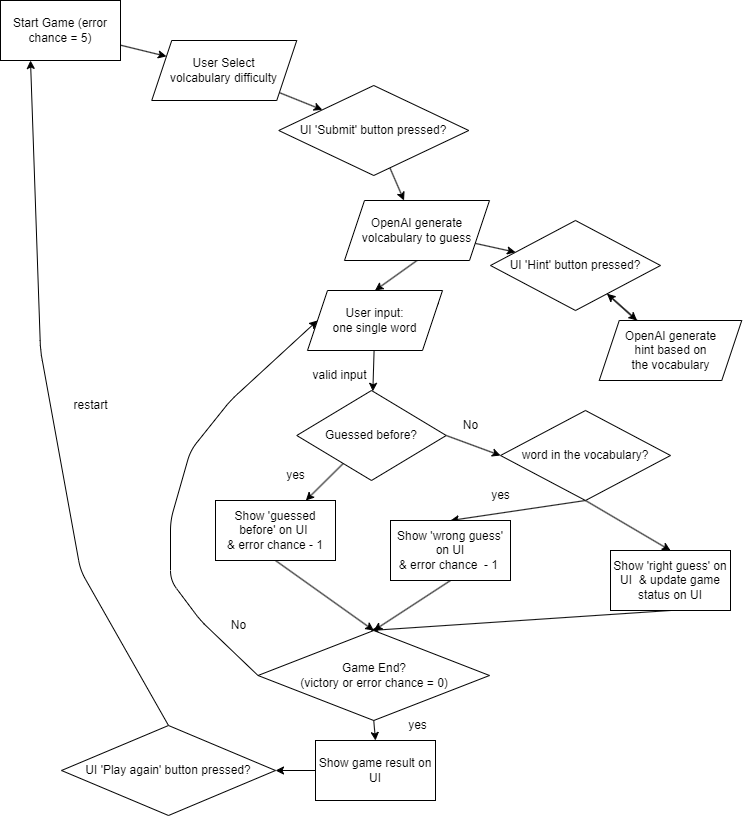
This is images/flowChart.png from YenYu-Tung/BDS_final_project, a draw.io export, as it was before one commit. Source tidied: cells renumbered, new cells last; positions are measured from the earlier drawing's top-left corner, leaving out a move shared by most shapes.
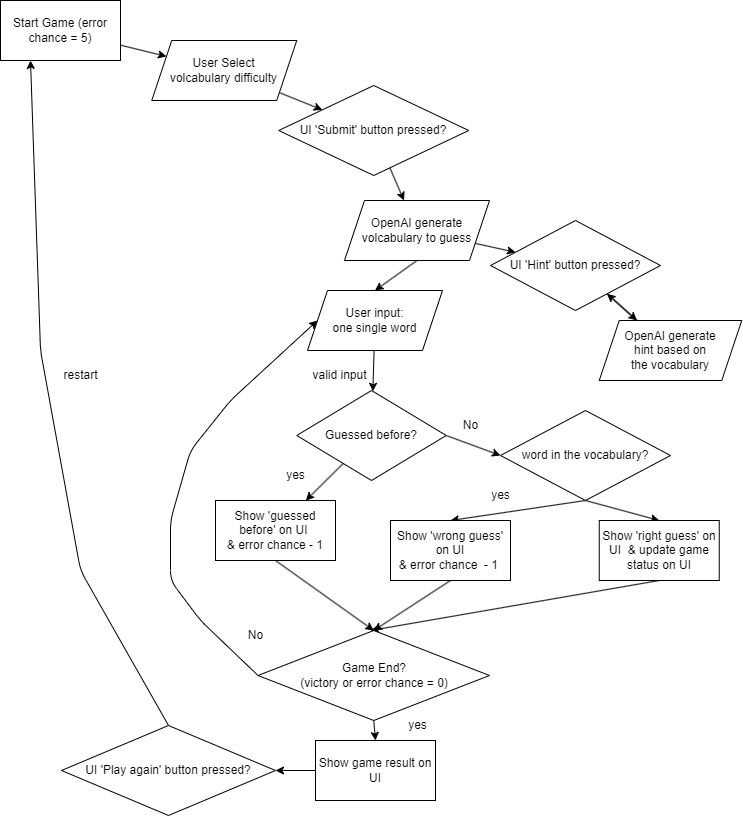
The same diagram one commit later.

Change to the diagram source:
```diff
@@ -91,7 +91,7 @@
       </mxGeometry>
     </mxCell>
     <mxCell id="30" value="Show 'right guess' on UI&amp;nbsp; &amp;amp; update game status on UI" style="rounded=0;whiteSpace=wrap;html=1;" parent="1" vertex="1">
-      <mxGeometry x="610" y="550" width="120" height="60" as="geometry" />
+      <mxGeometry x="598.8" y="520" width="120" height="60" as="geometry" />
     </mxCell>
     <mxCell id="31" value="yes" style="text;html=1;align=center;verticalAlign=middle;strokeColor=none;fillColor=none;" parent="1" vertex="1">
       <mxGeometry x="275" y="460" width="40" height="30" as="geometry" />
@@ -137,13 +137,13 @@
       <mxGeometry x="315" y="740" width="120" height="60" as="geometry" />
     </mxCell>
     <mxCell id="41" value="restart" style="text;html=1;align=center;verticalAlign=middle;strokeColor=none;fillColor=none;" parent="1" vertex="1">
-      <mxGeometry x="60" y="390" width="60" height="30" as="geometry" />
+      <mxGeometry x="50" y="360" width="60" height="30" as="geometry" />
     </mxCell>
     <mxCell id="42" value="yes" style="text;html=1;align=center;verticalAlign=middle;strokeColor=none;fillColor=none;" parent="1" vertex="1">
       <mxGeometry x="396.5" y="710" width="40" height="30" as="geometry" />
     </mxCell>
-    <mxCell id="43" value="No" style="text;html=1;align=center;verticalAlign=middle;strokeColor=none;fillColor=none;" parent="1" vertex="1">
-      <mxGeometry x="217.5" y="610" width="40" height="30" as="geometry" />
+    <mxCell id="43" value="No" style="text;html=1;align=center;verticalAlign=middle;strokeColor=none;fillColor=none;rounded=0;" parent="1" vertex="1">
+      <mxGeometry x="235" y="620" width="40" height="30" as="geometry" />
     </mxCell>
   </root>
 </mxGraphModel>
```
